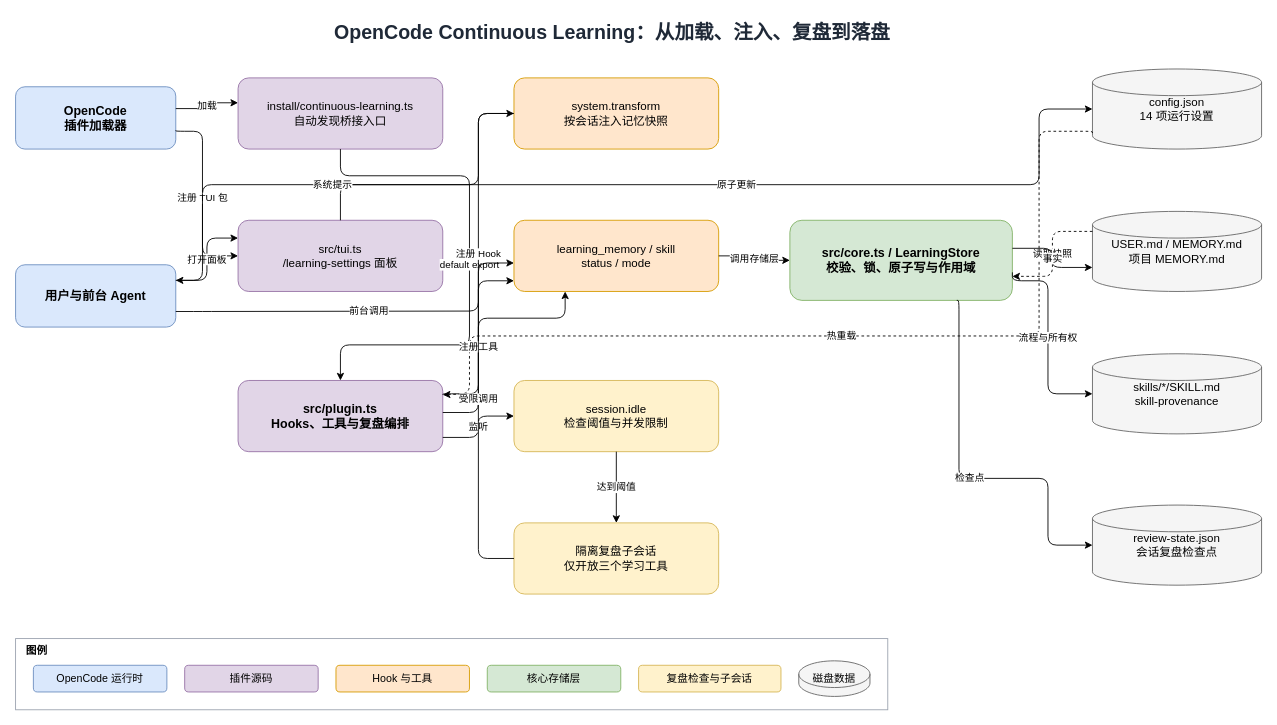
Above: docs/images/continuous-learning-call-flow.drawio in AscorbicAcid-8848/opencode-continuous-learning (draw.io), before the change. Source tidied: cells renumbered, new cells numbered last; positions are measured from the earlier drawing's top-left corner, leaving out a move shared by most shapes. Both pictures are drawn from the tidied source at 89%, with x=0, y=0 at pixel (15, 15).
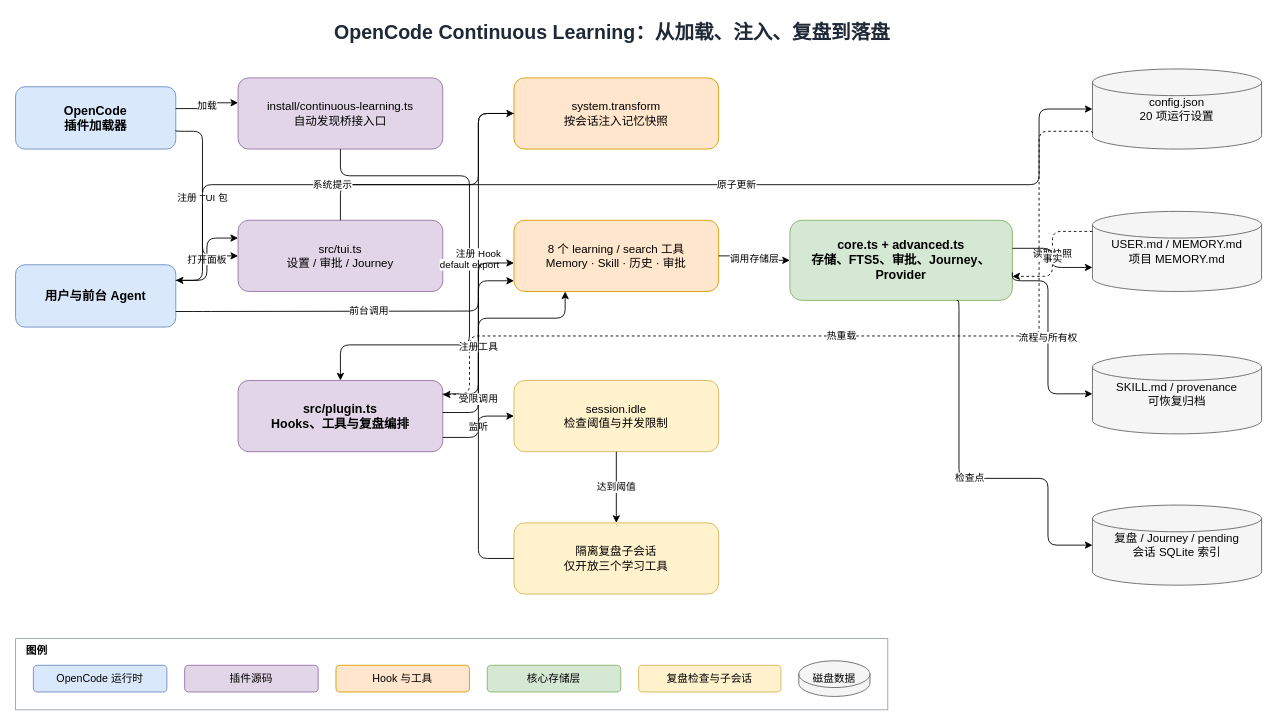
Above is the later version.

Diff of the diagram source:
```diff
@@
-    <mxCell id="6" value="src/tui.ts&#10;/learning-settings 面板" style="rounded=1;whiteSpace=wrap;html=1;fillColor=#e1d5e7;strokeColor=#9673a6;fontSize=13;" parent="1" vertex="1">
+    <mxCell id="6" value="src/tui.ts&#10;设置 / 审批 / Journey" style="rounded=1;whiteSpace=wrap;html=1;fillColor=#e1d5e7;strokeColor=#9673a6;fontSize=13;" parent="1" vertex="1">
       <mxGeometry x="250" y="230" width="230" height="80" as="geometry" />
     </mxCell>
@@
-    <mxCell id="9" value="learning_memory / skill&#10;status / mode" style="rounded=1;whiteSpace=wrap;html=1;fillColor=#ffe6cc;strokeColor=#d79b00;fontSize=13;" parent="1" vertex="1">
+    <mxCell id="9" value="8 个 learning / search 工具&#10;Memory · Skill · 历史 · 审批" style="rounded=1;whiteSpace=wrap;html=1;fillColor=#ffe6cc;strokeColor=#d79b00;fontSize=13;" parent="1" vertex="1">
       <mxGeometry x="560" y="230" width="230" height="80" as="geometry" />
     </mxCell>
@@
-    <mxCell id="12" value="src/core.ts / LearningStore&#10;校验、锁、原子写与作用域" style="rounded=1;whiteSpace=wrap;html=1;fillColor=#d5e8d4;strokeColor=#82b366;fontSize=14;fontStyle=1;" parent="1" vertex="1">
+    <mxCell id="12" value="core.ts + advanced.ts&#10;存储、FTS5、审批、Journey、Provider" style="rounded=1;whiteSpace=wrap;html=1;fillColor=#d5e8d4;strokeColor=#82b366;fontSize=14;fontStyle=1;" parent="1" vertex="1">
       <mxGeometry x="870" y="230" width="250" height="90" as="geometry" />
     </mxCell>
-    <mxCell id="13" value="config.json&#10;14 项运行设置" style="shape=cylinder3;whiteSpace=wrap;html=1;fillColor=#f5f5f5;strokeColor=#666666;fontSize=13;" parent="1" vertex="1">
+    <mxCell id="13" value="config.json&#10;20 项运行设置" style="shape=cylinder3;whiteSpace=wrap;html=1;fillColor=#f5f5f5;strokeColor=#666666;fontSize=13;" parent="1" vertex="1">
       <mxGeometry x="1210" y="60" width="190" height="90" as="geometry" />
     </mxCell>
@@
-    <mxCell id="15" value="skills/*/SKILL.md&#10;skill-provenance" style="shape=cylinder3;whiteSpace=wrap;html=1;fillColor=#f5f5f5;strokeColor=#666666;fontSize=13;" parent="1" vertex="1">
+    <mxCell id="15" value="SKILL.md / provenance&#10;可恢复归档" style="shape=cylinder3;whiteSpace=wrap;html=1;fillColor=#f5f5f5;strokeColor=#666666;fontSize=13;" parent="1" vertex="1">
       <mxGeometry x="1210" y="380" width="190" height="90" as="geometry" />
     </mxCell>
-    <mxCell id="16" value="review-state.json&#10;会话复盘检查点" style="shape=cylinder3;whiteSpace=wrap;html=1;fillColor=#f5f5f5;strokeColor=#666666;fontSize=13;" parent="1" vertex="1">
+    <mxCell id="16" value="复盘 / Journey / pending&#10;会话 SQLite 索引" style="shape=cylinder3;whiteSpace=wrap;html=1;fillColor=#f5f5f5;strokeColor=#666666;fontSize=13;" parent="1" vertex="1">
       <mxGeometry x="1210" y="550" width="190" height="90" as="geometry" />
     </mxCell>
```
